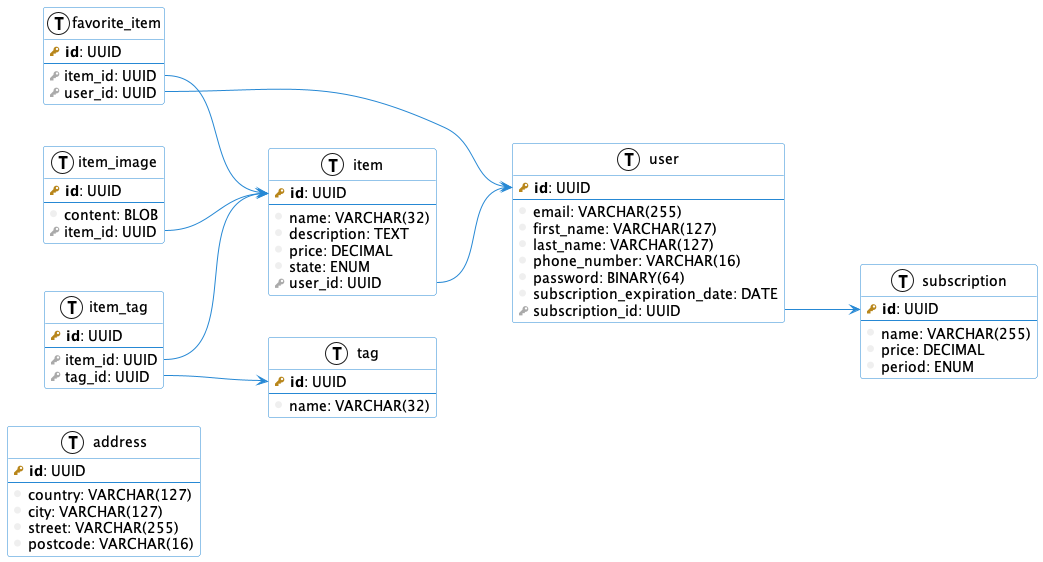
danilshvalov/databases-lab keeps this PlantUML diagram as db.png. Above is the earlier version.
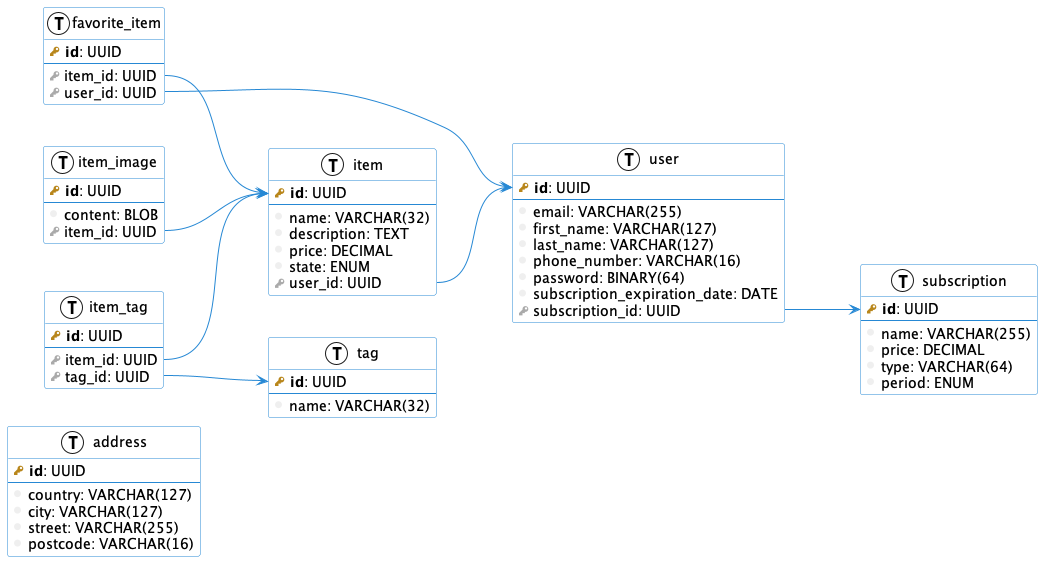
After the commit.

Commit message:
feat(puml): add subscription type

Change to the diagram source:
```diff
@@ -28,6 +28,7 @@
     --
     column(name): VARCHAR(255)
     column(price): DECIMAL
+    column(type): VARCHAR(64)
     column(period): ENUM
 }
 
```
